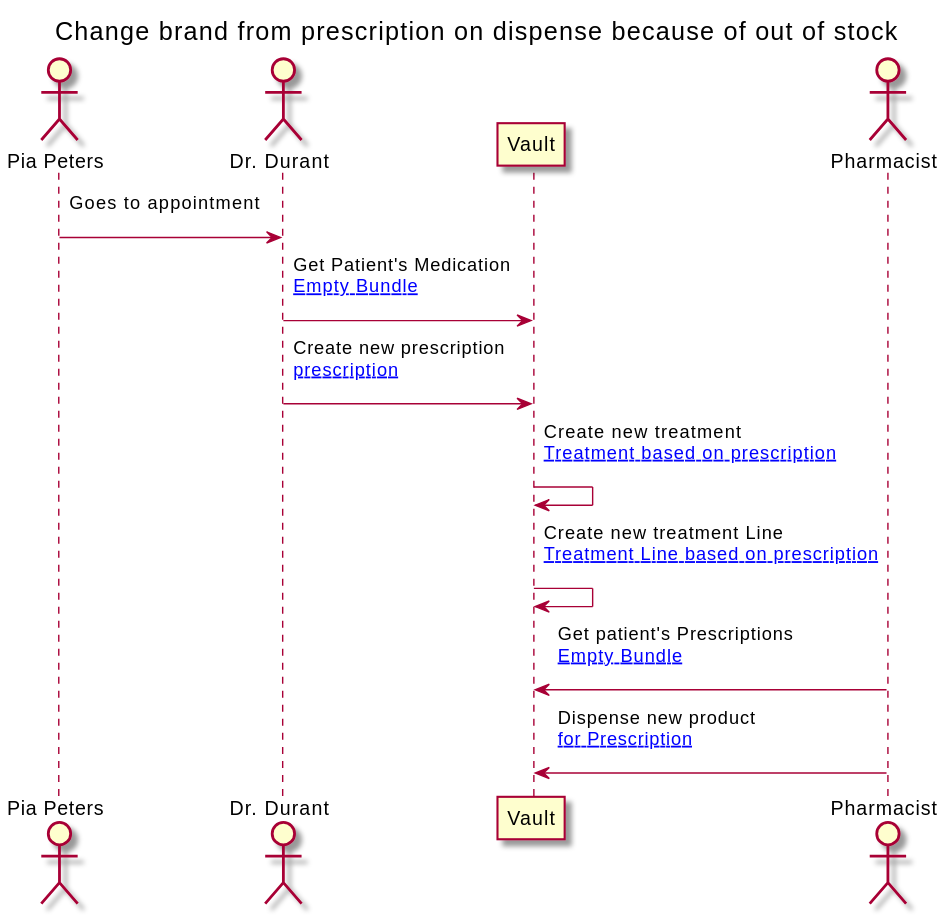
The PlantUML diagram branches/master/ExampleScenario-example-5-scenario.svg in costateixeira/hl7-be-fhir-medication, before a commit.
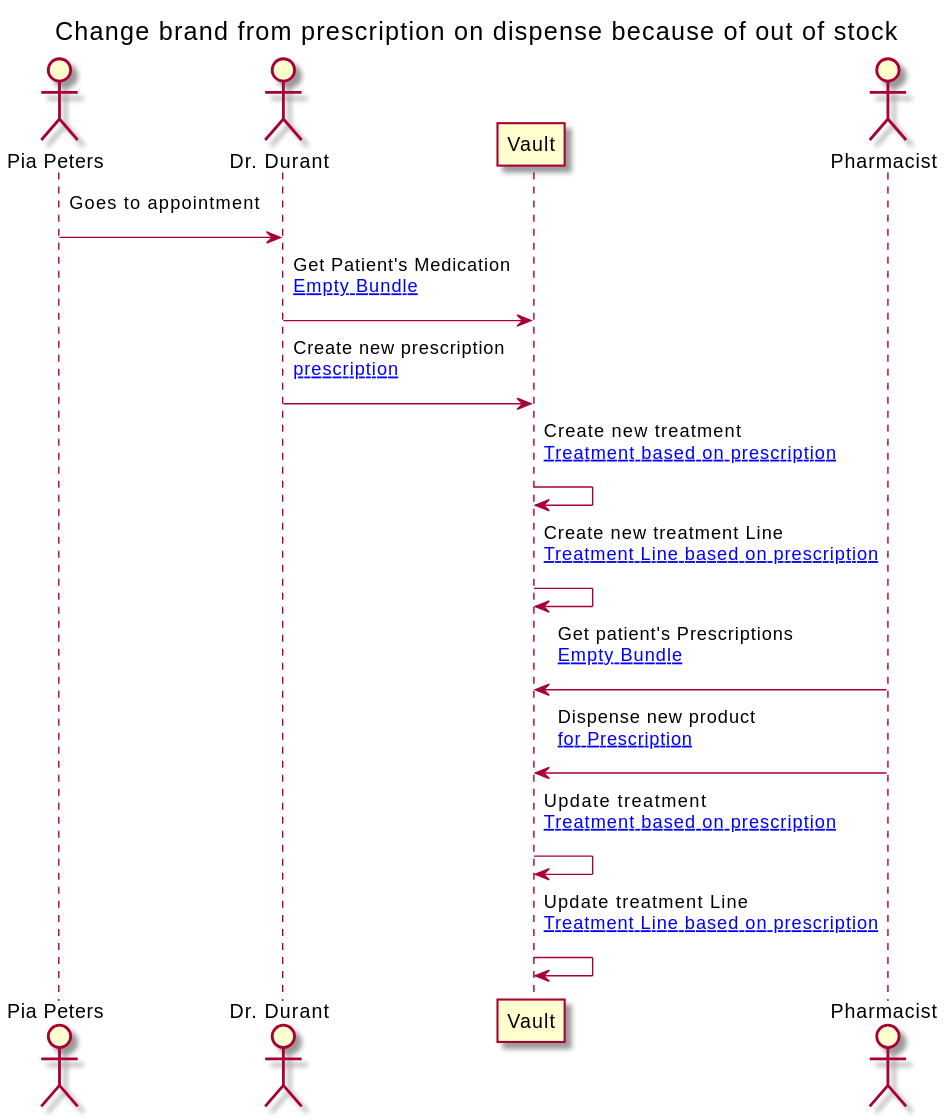
After the commit.

Change to the diagram source:
```diff
@@ -19,6 +19,8 @@
     VAULT-> VAULT : Create new treatment Line\n[[ExampleScenario-example-5-scenario-resources.html#New Treatment Line based on prescription]]\n
     PHARM-> VAULT : Get patient's Prescriptions\n[[ExampleScenario-example-5-scenario-resources.html#EB Empty Bundle]]\n
     PHARM-> VAULT : Dispense new product\n[[ExampleScenario-example-5-scenario-resources.html#Dispense for Prescription]]\n
+    VAULT-> VAULT : Update treatment\n[[ExampleScenario-example-5-scenario-resources.html#New Treatment based on prescription]]\n
+    VAULT-> VAULT : Update treatment Line\n[[ExampleScenario-example-5-scenario-resources.html#New Treatment Line based on prescription]]\n
 
 
 @enduml
```
